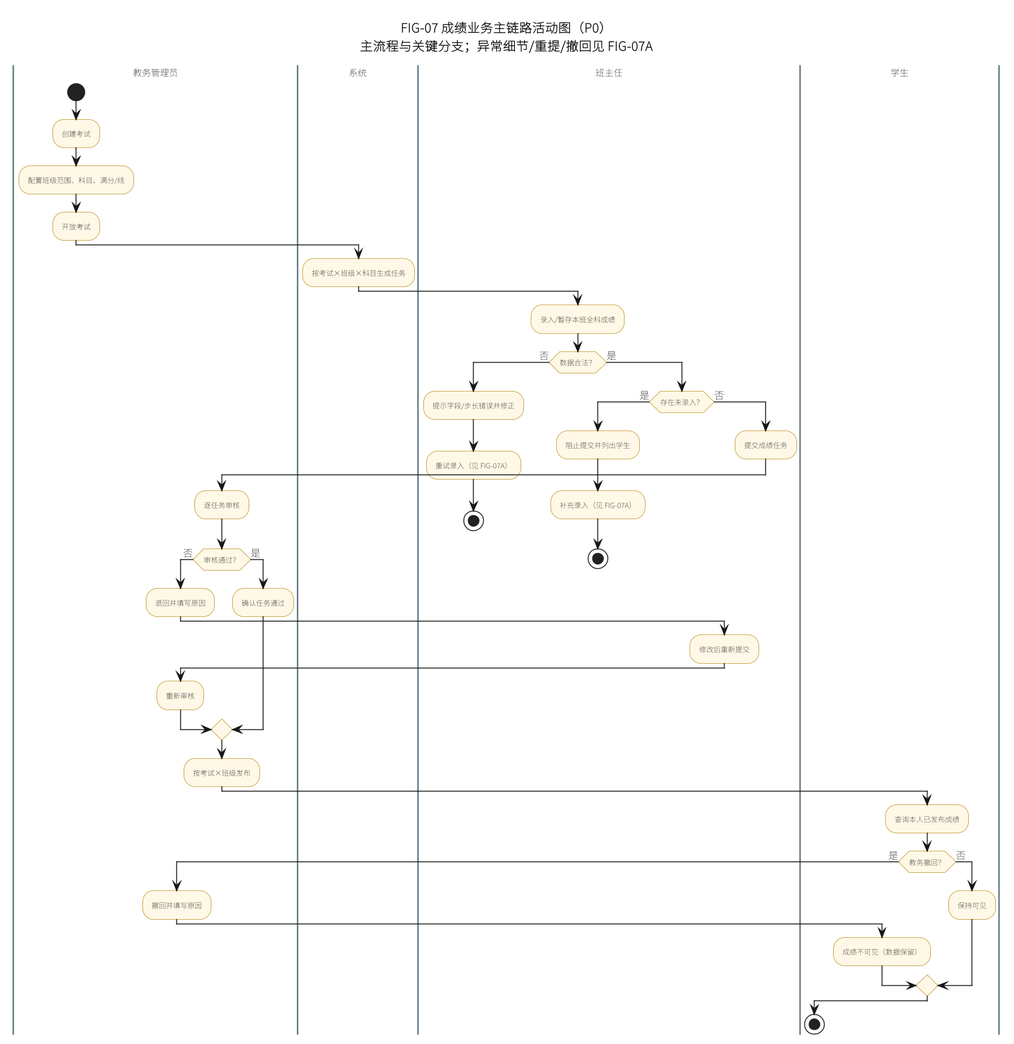
The PlantUML diagram docs/requirements/diagrams/png/FIG-07-成绩业务主链路活动图.png in Creepppper/Student_System, before a commit.
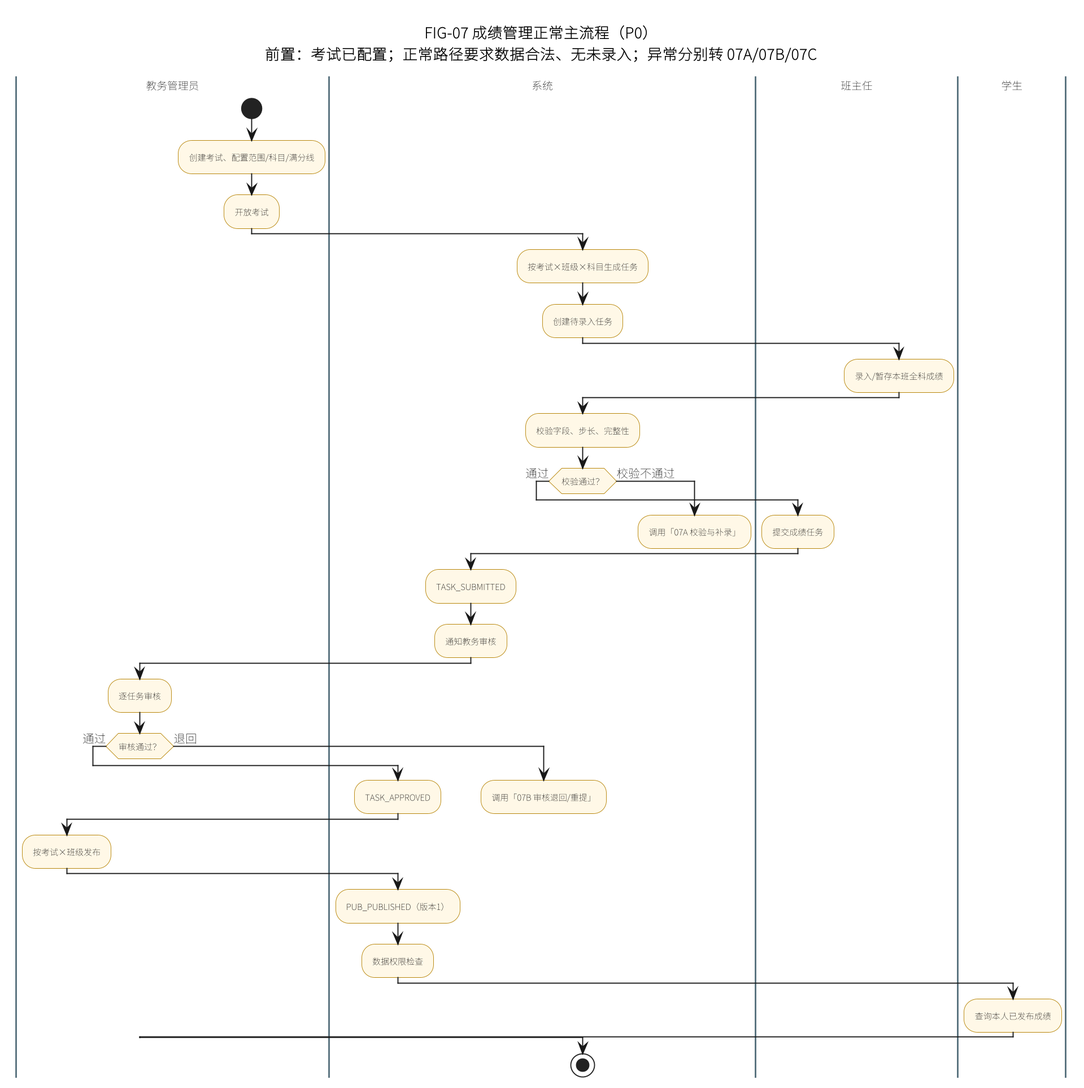
The same diagram one commit later.

Change to the diagram source:
```diff
@@ -1,5 +1,4 @@
 @startuml
-scale 0.85
 skinparam defaultFontName "Noto Sans CJK SC"
 skinparam dpi 180
 skinparam shadowing false
@@ -13,58 +12,46 @@
 skinparam swimlane {
   BorderColor #546E7A
 }
-title FIG-07 成绩业务主链路活动图（P0）\n主流程与关键分支；异常细节/重提/撤回见 FIG-07A
+title FIG-07 成绩管理正常主流程（P0）\n前置：考试已配置；正常路径要求数据合法、无未录入；异常分别转 07A/07B/07C
 
 |教务管理员|
 start
-:创建考试;
-:配置班级范围、科目、满分/线;
+:创建考试、配置范围/科目/满分线;
 :开放考试;
 |系统|
 :按考试×班级×科目生成任务;
+:创建待录入任务;
 |班主任|
 :录入/暂存本班全科成绩;
-if (数据合法？) then (否)
+|系统|
+:校验字段、步长、完整性;
+if (校验通过？) then (通过)
   |班主任|
-  :提示字段/步长错误并修正;
-  :重试录入（见 FIG-07A）;
-  stop
-else (是)
-  if (存在未录入？) then (是)
-    |班主任|
-    :阻止提交并列出学生;
-    :补充录入（见 FIG-07A）;
-    stop
-  else (否)
-    |班主任|
-    :提交成绩任务;
-    |教务管理员|
-    :逐任务审核;
-    if (审核通过？) then (否)
-      |教务管理员|
-      :退回并填写原因;
-      |班主任|
-      :修改后重新提交;
-      |教务管理员|
-      :重新审核;
-    else (是)
-      |教务管理员|
-      :确认任务通过;
-    endif
+  :提交成绩任务;
+  |系统|
+  :TASK_SUBMITTED;
+  :通知教务审核;
+  |教务管理员|
+  :逐任务审核;
+  if (审核通过？) then (通过)
+    |系统|
+    :TASK_APPROVED;
     |教务管理员|
     :按考试×班级发布;
+    |系统|
+    :PUB_PUBLISHED（版本1）;
+    :数据权限检查;
     |学生|
     :查询本人已发布成绩;
-    if (教务撤回？) then (是)
-      |教务管理员|
-      :撤回并填写原因;
-      |学生|
-      :成绩不可见（数据保留）;
-    else (否)
-      |学生|
-      :保持可见;
-    endif
+  else (退回)
+    |系统|
+    :调用「07B 审核退回/重提」;
+    detach
   endif
+else (校验不通过)
+  |系统|
+  :调用「07A 校验与补录」;
+  detach
 endif
 stop
 @enduml
```
